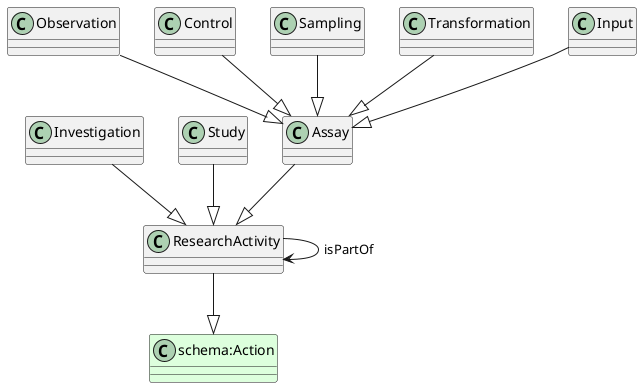
This is ttl_uml/ttl_appn_ResearchActivity.png from aus-plant-phenomics-network/appn-schema, a PlantUML export, as it was before one commit.
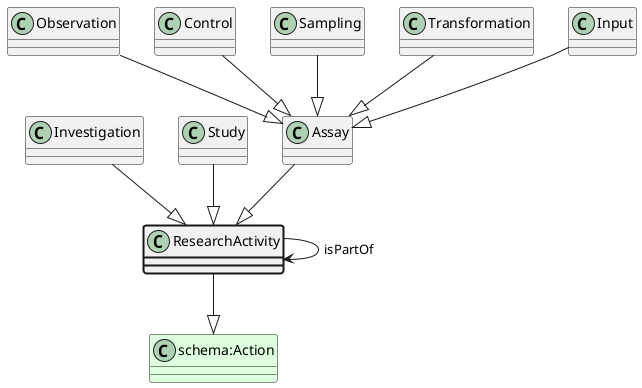
The same file after the commit.

The edit, as a diff of the source:
```diff
@@ -2,7 +2,6 @@
 class ResearchActivity  #line.bold
 class "schema:Action" #DDFFDD
 ResearchActivity --|> "schema:Action"
-class ResearchActivity
 ResearchActivity --> ResearchActivity : isPartOf
 class Investigation
 Investigation --|> ResearchActivity
```
